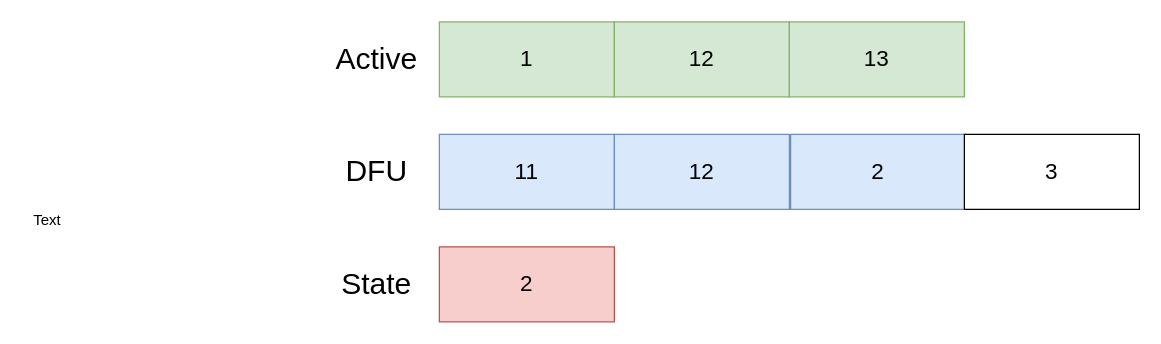
Before: content/2022-04-29-firmware-updates-part-1/swap_step2.drawio in drogue-iot/blog.drogue.io, a draw.io diagram. Source tidied: cells renumbered, new cells numbered last; positions are measured from the earlier drawing's top-left corner, leaving out a move shared by most shapes. Both pictures are drawn from the tidied source at 125%, with x=0, y=0 at pixel (21, 21).
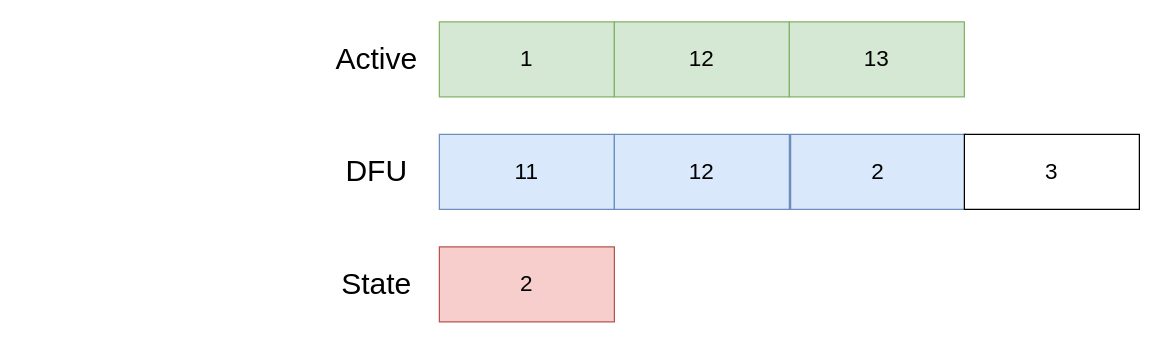
The same diagram, later.

The edit, as a diff of the source:
```diff
@@
 <mxGraphModel>
   <root>
     <mxCell id="0" />
     <mxCell id="1" parent="0" />
     <mxCell id="2" value="&lt;font style=&quot;font-size: 18px&quot;&gt;1&lt;/font&gt;" style="rounded=0;whiteSpace=wrap;html=1;fillColor=#d5e8d4;strokeColor=#82b366;" parent="1" vertex="1">
       <mxGeometry x="334" width="140" height="60" as="geometry" />
     </mxCell>
     <mxCell id="3" value="&lt;font style=&quot;font-size: 18px&quot;&gt;12&lt;/font&gt;" style="rounded=0;whiteSpace=wrap;html=1;fillColor=#d5e8d4;strokeColor=#82b366;" parent="1" vertex="1">
       <mxGeometry x="474" width="140" height="60" as="geometry" />
     </mxCell>
     <mxCell id="4" value="&lt;font style=&quot;font-size: 18px&quot;&gt;13&lt;/font&gt;" style="rounded=0;whiteSpace=wrap;html=1;fillColor=#d5e8d4;strokeColor=#82b366;" parent="1" vertex="1">
       <mxGeometry x="614" width="140" height="60" as="geometry" />
     </mxCell>
     <mxCell id="5" value="&lt;font style=&quot;font-size: 18px&quot;&gt;2&lt;/font&gt;" style="rounded=0;whiteSpace=wrap;html=1;fillColor=#f8cecc;strokeColor=#b85450;" parent="1" vertex="1">
       <mxGeometry x="334" y="180" width="140" height="60" as="geometry" />
     </mxCell>
     <mxCell id="6" value="&lt;font style=&quot;font-size: 18px&quot;&gt;11&lt;/font&gt;" style="rounded=0;whiteSpace=wrap;html=1;fillColor=#dae8fc;strokeColor=#6c8ebf;" parent="1" vertex="1">
       <mxGeometry x="334" y="90" width="140" height="60" as="geometry" />
     </mxCell>
     <mxCell id="7" value="&lt;font style=&quot;font-size: 18px&quot;&gt;12&lt;/font&gt;" style="rounded=0;whiteSpace=wrap;html=1;fillColor=#dae8fc;strokeColor=#6c8ebf;" parent="1" vertex="1">
       <mxGeometry x="474" y="90" width="140" height="60" as="geometry" />
     </mxCell>
     <mxCell id="8" value="&lt;font style=&quot;font-size: 18px&quot;&gt;2&lt;/font&gt;" style="rounded=0;whiteSpace=wrap;html=1;fillColor=#dae8fc;strokeColor=#6c8ebf;" parent="1" vertex="1">
       <mxGeometry x="615" y="90" width="140" height="60" as="geometry" />
     </mxCell>
     <mxCell id="9" value="&lt;font style=&quot;font-size: 18px&quot;&gt;3&lt;/font&gt;" style="rounded=0;whiteSpace=wrap;html=1;" parent="1" vertex="1">
       <mxGeometry x="754" y="90" width="140" height="60" as="geometry" />
     </mxCell>
     <mxCell id="10" value="&lt;font style=&quot;font-size: 24px&quot;&gt;Active&lt;/font&gt;" style="text;html=1;strokeColor=none;fillColor=none;align=center;verticalAlign=middle;whiteSpace=wrap;rounded=0;" parent="1" vertex="1">
       <mxGeometry x="264" y="20" width="40" height="20" as="geometry" />
     </mxCell>
     <mxCell id="11" value="&lt;font style=&quot;font-size: 24px&quot;&gt;DFU&lt;/font&gt;" style="text;html=1;strokeColor=none;fillColor=none;align=center;verticalAlign=middle;whiteSpace=wrap;rounded=0;" parent="1" vertex="1">
       <mxGeometry x="264" y="110" width="40" height="20" as="geometry" />
     </mxCell>
     <mxCell id="12" value="&lt;font style=&quot;font-size: 24px&quot;&gt;State&lt;/font&gt;" style="text;html=1;strokeColor=none;fillColor=none;align=center;verticalAlign=middle;whiteSpace=wrap;rounded=0;" parent="1" vertex="1">
       <mxGeometry x="264" y="200" width="40" height="20" as="geometry" />
     </mxCell>
-    <mxCell id="13" value="Text" style="text;html=1;align=center;verticalAlign=middle;" parent="1" vertex="1">
-      <mxGeometry y="149" width="40" height="20" as="geometry" />
-    </mxCell>
   </root>
 </mxGraphModel>
```
